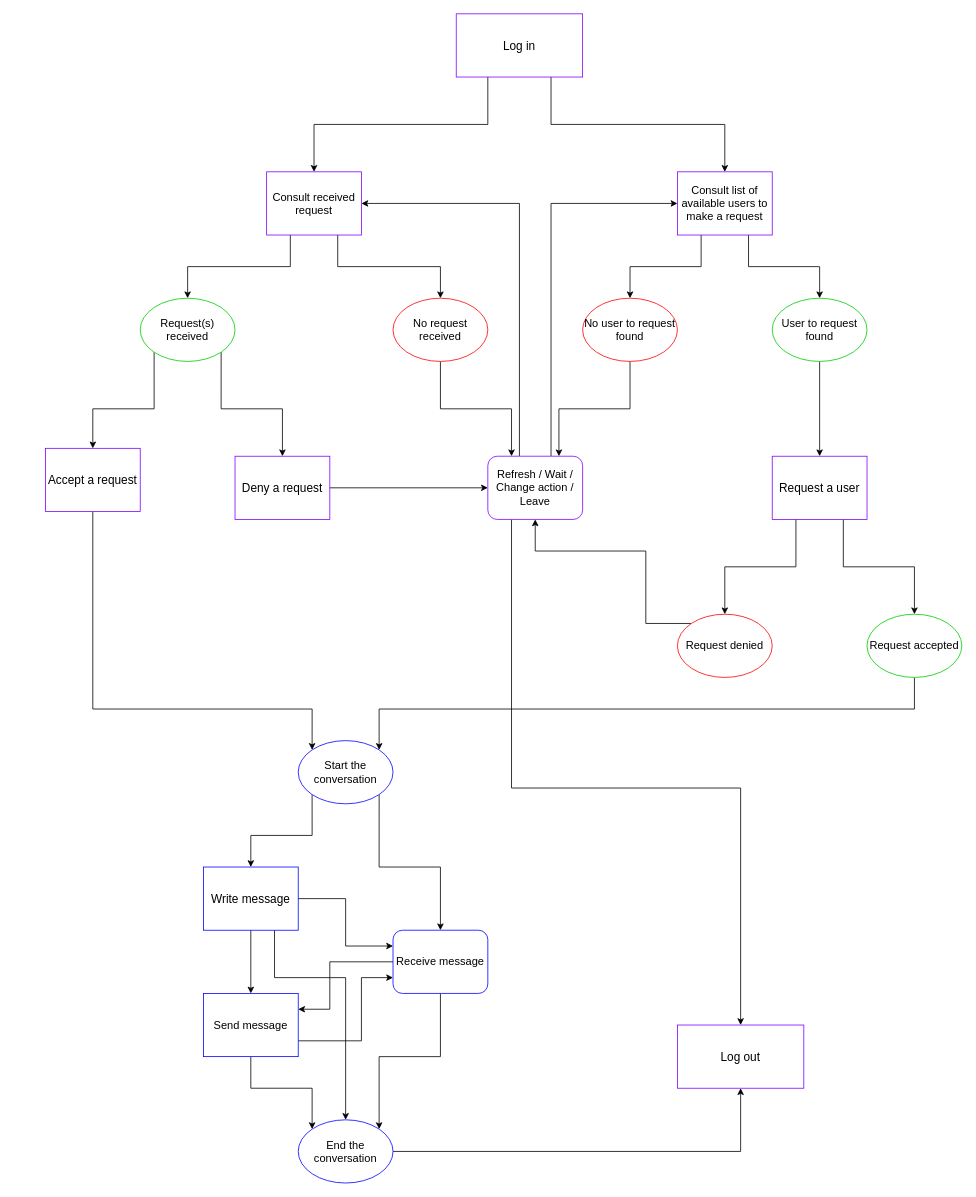
sinagh72/FOC keeps this draw.io diagram as diagrams/User.drawio. Above is the earlier version. Source tidied: cells renumbered, new cells numbered last; positions are measured from the earlier drawing's top-left corner, leaving out a move shared by most shapes. Both pictures are drawn from the tidied source at 79%, with x=0, y=0 at pixel (45, 13).
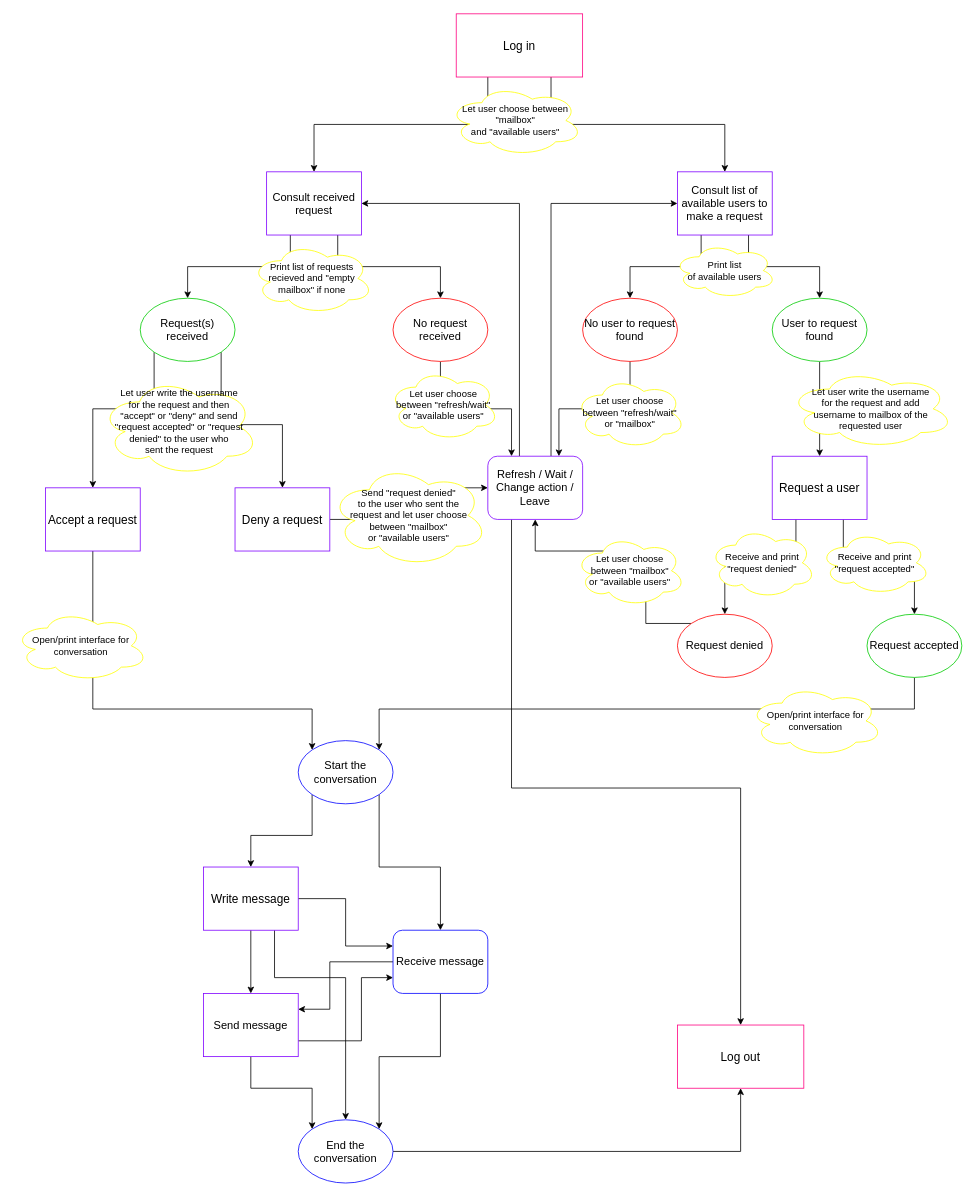
Above is the later version.

Change to the diagram source:
```diff
@@
-    <mxCell id="4" value="&lt;font style=&quot;font-size: 15px&quot;&gt;Log in&lt;/font&gt;" style="rounded=0;whiteSpace=wrap;html=1;strokeColor=#7F00FF;" parent="1" vertex="1">
+    <mxCell id="4" value="&lt;font style=&quot;font-size: 15px&quot;&gt;Log in&lt;/font&gt;" style="rounded=0;whiteSpace=wrap;html=1;strokeColor=#FF0080;" parent="1" vertex="1">
       <mxGeometry x="520" width="160" height="80" as="geometry" />
     </mxCell>
-    <mxCell id="5" value="&lt;font style=&quot;font-size: 15px&quot;&gt;Log out&lt;/font&gt;" style="rounded=0;whiteSpace=wrap;html=1;strokeColor=#7F00FF;" parent="1" vertex="1">
+    <mxCell id="5" value="&lt;font style=&quot;font-size: 15px&quot;&gt;Log out&lt;/font&gt;" style="rounded=0;whiteSpace=wrap;html=1;strokeColor=#FF0080;" parent="1" vertex="1">
       <mxGeometry x="800" y="1280" width="160" height="80" as="geometry" />
     </mxCell>
@@
     <mxCell id="16" value="&lt;font style=&quot;font-size: 15px&quot;&gt;Accept a request&lt;br&gt;&lt;/font&gt;" style="rounded=0;whiteSpace=wrap;html=1;strokeColor=#7F00FF;" parent="1" vertex="1">
-      <mxGeometry y="550" width="120" height="80" as="geometry" />
+      <mxGeometry y="600" width="120" height="80" as="geometry" />
     </mxCell>
@@
     <mxCell id="18" value="&lt;font style=&quot;font-size: 15px&quot;&gt;Deny a request&lt;br&gt;&lt;/font&gt;" style="rounded=0;whiteSpace=wrap;html=1;strokeColor=#7F00FF;" parent="1" vertex="1">
-      <mxGeometry x="240" y="560" width="120" height="80" as="geometry" />
+      <mxGeometry x="240" y="600" width="120" height="80" as="geometry" />
     </mxCell>
@@
-    <mxCell id="22" value="&lt;font style=&quot;font-size: 15px&quot;&gt;Write message&lt;br&gt;&lt;/font&gt;" style="rounded=0;whiteSpace=wrap;html=1;strokeColor=#0000FF;" parent="1" vertex="1">
+    <mxCell id="22" value="&lt;font style=&quot;font-size: 15px&quot;&gt;Write message&lt;br&gt;&lt;/font&gt;" style="rounded=0;whiteSpace=wrap;html=1;strokeColor=#7F00FF;" parent="1" vertex="1">
       <mxGeometry x="200" y="1080" width="120" height="80" as="geometry" />
     </mxCell>
@@
-    <mxCell id="25" value="&lt;font style=&quot;font-size: 14px&quot;&gt;Send message&lt;/font&gt;" style="rounded=0;whiteSpace=wrap;html=1;strokeColor=#0000FF;" parent="1" vertex="1">
+    <mxCell id="25" value="&lt;font style=&quot;font-size: 14px&quot;&gt;Send message&lt;/font&gt;" style="rounded=0;whiteSpace=wrap;html=1;strokeColor=#7F00FF;" parent="1" vertex="1">
       <mxGeometry x="200" y="1240" width="120" height="80" as="geometry" />
     </mxCell>
@@
+    <mxCell id="51" value="&lt;div&gt;&lt;font style=&quot;font-size: 12px&quot;&gt;Print list &lt;br&gt;&lt;/font&gt;&lt;/div&gt;&lt;div&gt;&lt;font style=&quot;font-size: 12px&quot;&gt;&lt;font style=&quot;font-size: 12px&quot;&gt;of available users&lt;/font&gt;&lt;br&gt;&lt;/font&gt;&lt;/div&gt;" style="ellipse;shape=cloud;whiteSpace=wrap;html=1;strokeColor=#FFFF00;" parent="1" vertex="1">
+      <mxGeometry x="795" y="290" width="130" height="70" as="geometry" />
+    </mxCell>
+    <mxCell id="52" value="&lt;div&gt;&lt;font style=&quot;font-size: 12px&quot;&gt;Let user choose between &quot;mailbox&quot; &lt;br&gt;&lt;/font&gt;&lt;/div&gt;&lt;div&gt;&lt;font style=&quot;font-size: 12px&quot;&gt;and &quot;available users&quot;&lt;br&gt;&lt;/font&gt;&lt;/div&gt;" style="ellipse;shape=cloud;whiteSpace=wrap;html=1;strokeColor=#FFFF00;" parent="1" vertex="1">
+      <mxGeometry x="510" y="90" width="170" height="90" as="geometry" />
+    </mxCell>
+    <mxCell id="53" value="&lt;div&gt;Let user write the username &lt;br&gt;&lt;/div&gt;&lt;div&gt;for the request and add &lt;br&gt;&lt;/div&gt;&lt;div&gt;username to mailbox of the &lt;br&gt;&lt;/div&gt;&lt;div&gt;requested user&lt;/div&gt;" style="ellipse;shape=cloud;whiteSpace=wrap;html=1;strokeColor=#FFFF00;" parent="1" vertex="1">
+      <mxGeometry x="940" y="450" width="210" height="100" as="geometry" />
+    </mxCell>
+    <mxCell id="54" value="Print list of requests recieved and &quot;empty mailbox&quot; if none" style="ellipse;shape=cloud;whiteSpace=wrap;html=1;strokeColor=#FFFF00;" parent="1" vertex="1">
+      <mxGeometry x="260" y="290" width="155" height="90" as="geometry" />
+    </mxCell>
+    <mxCell id="55" value="&lt;div&gt;Let user write the username &lt;br&gt;&lt;/div&gt;&lt;div&gt;for the request and then &lt;br&gt;&lt;/div&gt;&lt;div&gt;&quot;accept&quot; or &quot;deny&quot; and send &lt;br&gt;&lt;/div&gt;&lt;div&gt;&quot;request accepted&quot; or &quot;request denied&quot; to the user who &lt;br&gt;&lt;/div&gt;&lt;div&gt;sent the request&lt;br&gt;&lt;/div&gt;&lt;div&gt;&lt;br&gt;&lt;/div&gt;" style="ellipse;shape=cloud;whiteSpace=wrap;html=1;strokeColor=#FFFF00;" parent="1" vertex="1">
+      <mxGeometry x="68.8" y="460" width="201.2" height="125" as="geometry" />
+    </mxCell>
+    <mxCell id="56" value="&lt;div&gt;Let user choose &lt;br&gt;&lt;/div&gt;&lt;div&gt;between &quot;refresh/wait&quot; &lt;br&gt;&lt;/div&gt;&lt;div&gt;or &quot;mailbox&quot;&lt;/div&gt;" style="ellipse;shape=cloud;whiteSpace=wrap;html=1;strokeColor=#FFFF00;" parent="1" vertex="1">
+      <mxGeometry x="670" y="460" width="140" height="90" as="geometry" />
+    </mxCell>
+    <mxCell id="57" value="&lt;div&gt;Let user choose &lt;br&gt;&lt;/div&gt;&lt;div&gt;between &quot;refresh/wait&quot; &lt;br&gt;&lt;/div&gt;&lt;div&gt;or &quot;available users&quot;&lt;/div&gt;" style="ellipse;shape=cloud;whiteSpace=wrap;html=1;strokeColor=#FFFF00;" parent="1" vertex="1">
+      <mxGeometry x="434" y="450" width="140" height="90" as="geometry" />
+    </mxCell>
+    <mxCell id="58" value="&lt;div&gt;Let user choose &lt;br&gt;&lt;/div&gt;&lt;div&gt;between &quot;mailbox&quot; &lt;br&gt;&lt;/div&gt;&lt;div&gt;or &quot;available users&quot;&lt;/div&gt;" style="ellipse;shape=cloud;whiteSpace=wrap;html=1;strokeColor=#FFFF00;" parent="1" vertex="1">
+      <mxGeometry x="670" y="660" width="140" height="90" as="geometry" />
+    </mxCell>
+    <mxCell id="59" value="&lt;div&gt;&lt;div&gt;Send &quot;request denied&quot; &lt;br&gt;&lt;/div&gt;&lt;div&gt;to the user who sent the &lt;br&gt;&lt;/div&gt;request and let user choose &lt;br&gt;&lt;/div&gt;&lt;div&gt;between &quot;mailbox&quot; &lt;br&gt;&lt;/div&gt;&lt;div&gt;or &quot;available users&quot;&lt;/div&gt;" style="ellipse;shape=cloud;whiteSpace=wrap;html=1;strokeColor=#FFFF00;" parent="1" vertex="1">
+      <mxGeometry x="360" y="570" width="200" height="130" as="geometry" />
+    </mxCell>
+    <mxCell id="60" value="&lt;div&gt;Receive and print &lt;br&gt;&lt;/div&gt;&lt;div&gt;&quot;request accepted&quot;&lt;/div&gt;" style="ellipse;shape=cloud;whiteSpace=wrap;html=1;strokeColor=#FFFF00;" parent="1" vertex="1">
+      <mxGeometry x="980" y="655" width="140" height="80" as="geometry" />
+    </mxCell>
+    <mxCell id="61" value="Open/print interface for conversation" style="ellipse;shape=cloud;whiteSpace=wrap;html=1;strokeColor=#FFFF00;" parent="1" vertex="1">
+      <mxGeometry x="-40" y="755" width="170" height="90" as="geometry" />
+    </mxCell>
+    <mxCell id="62" value="Receive and print &quot;request denied&quot;" style="ellipse;shape=cloud;whiteSpace=wrap;html=1;strokeColor=#FFFF00;" parent="1" vertex="1">
+      <mxGeometry x="840" y="650" width="135" height="90" as="geometry" />
+    </mxCell>
+    <mxCell id="63" value="Open/print interface for conversation" style="ellipse;shape=cloud;whiteSpace=wrap;html=1;strokeColor=#FFFF00;" parent="1" vertex="1">
+      <mxGeometry x="890" y="850" width="170" height="90" as="geometry" />
+    </mxCell>
```
